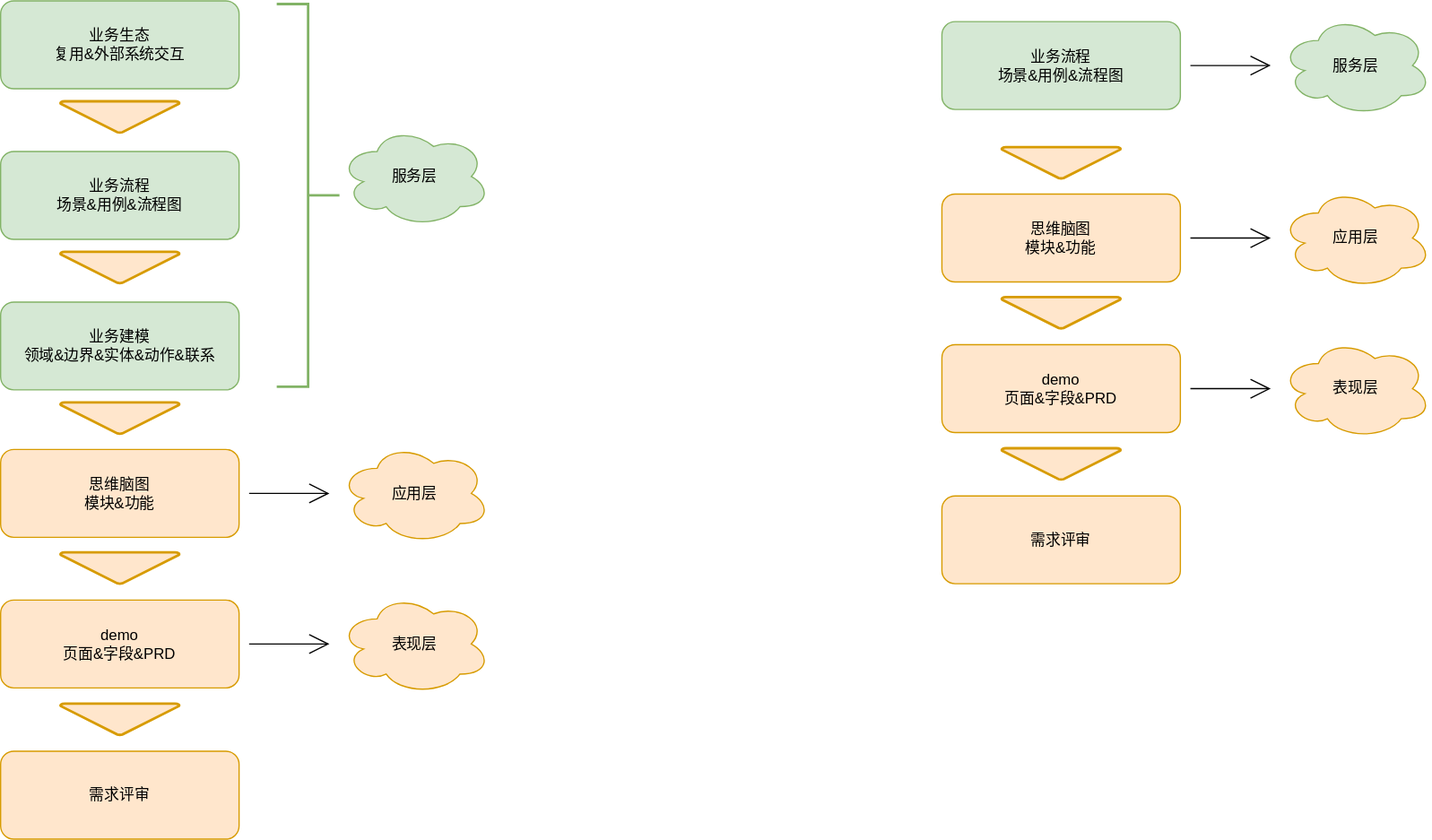
Earlier version of the draw.io export ddm.drawio.svg (fsdmp/diagrams). Source tidied: cells renumbered, new cells last; positions are measured from the earlier drawing's top-left corner, leaving out a move shared by most shapes.
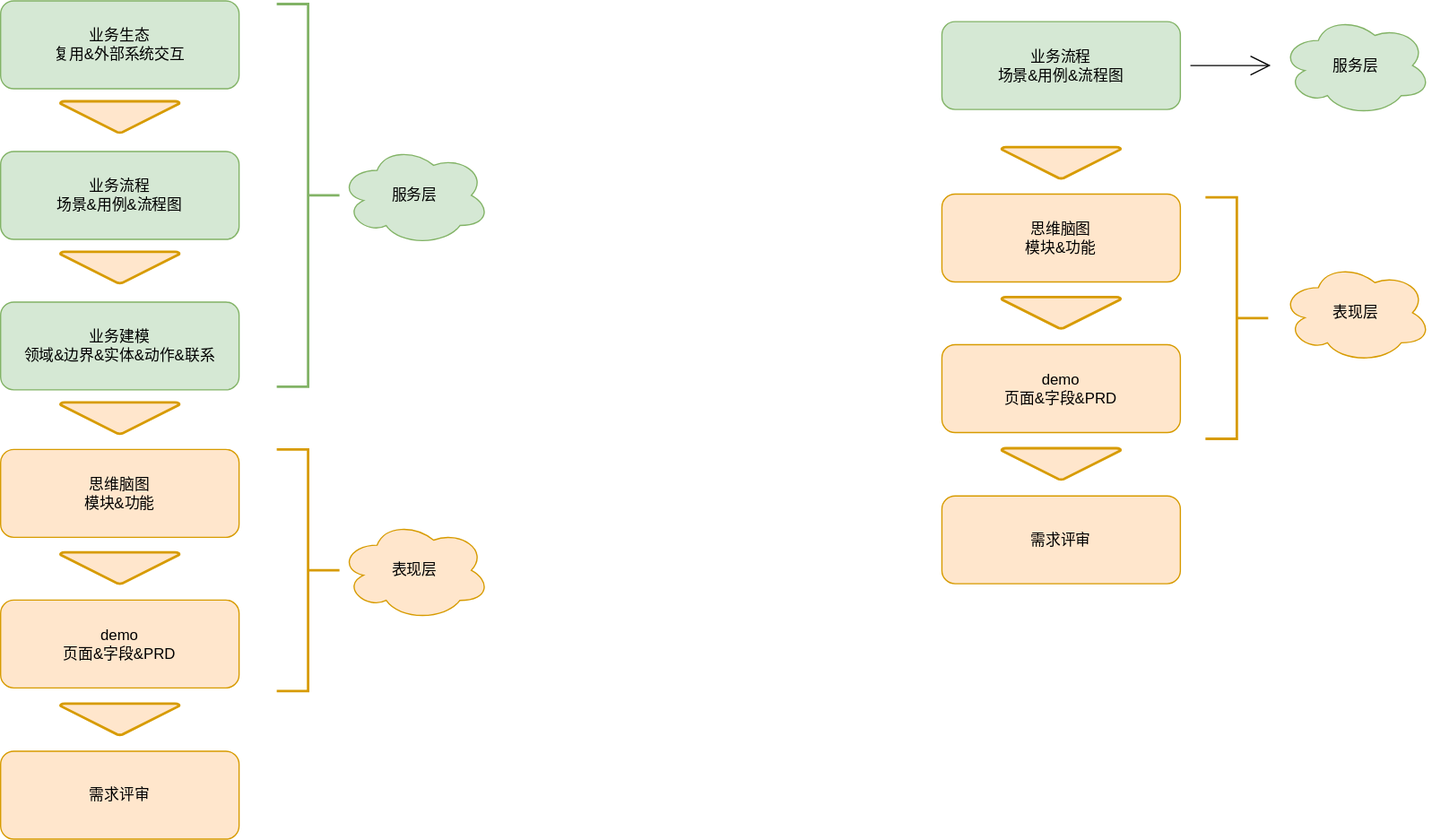
Later version of the same file.

The edit, as a diff of the source:
```diff
@@ -8,15 +8,9 @@
     <mxCell id="3" value="业务建模&lt;br&gt;领域&amp;amp;边界&amp;amp;实体&amp;amp;动作&amp;amp;联系&lt;br&gt;" style="rounded=1;whiteSpace=wrap;html=1;hachureGap=4;fillColor=#d5e8d4;strokeColor=#82b366;" parent="1" vertex="1">
       <mxGeometry y="240" width="190" height="70" as="geometry" />
     </mxCell>
-    <mxCell id="4" style="edgeStyle=none;curved=1;rounded=0;jettySize=auto;html=1;endArrow=open;startSize=14;endSize=14;sourcePerimeterSpacing=8;targetPerimeterSpacing=8;" parent="1" edge="1" source="5" target="12">
-      <mxGeometry relative="1" as="geometry" />
-    </mxCell>
     <mxCell id="5" value="demo&lt;br&gt;页面&amp;amp;字段&amp;amp;PRD&lt;br&gt;" style="rounded=1;whiteSpace=wrap;html=1;hachureGap=4;fillColor=#ffe6cc;strokeColor=#d79b00;" parent="1" vertex="1">
       <mxGeometry y="477.5" width="190" height="70" as="geometry" />
     </mxCell>
-    <mxCell id="6" style="edgeStyle=none;curved=1;rounded=0;jettySize=auto;html=1;endArrow=open;startSize=14;endSize=14;sourcePerimeterSpacing=8;targetPerimeterSpacing=8;" parent="1" edge="1" source="7" target="13">
-      <mxGeometry relative="1" as="geometry" />
-    </mxCell>
     <mxCell id="7" value="思维脑图&lt;br&gt;模块&amp;amp;功能&lt;br&gt;" style="rounded=1;whiteSpace=wrap;html=1;hachureGap=4;fillColor=#ffe6cc;strokeColor=#d79b00;" parent="1" vertex="1">
       <mxGeometry y="357.5" width="190" height="70" as="geometry" />
     </mxCell>
@@ -30,14 +24,11 @@
       <mxGeometry x="47.5" y="439.5" width="95" height="25" as="geometry" />
     </mxCell>
     <mxCell id="11" value="服务层" style="ellipse;shape=cloud;whiteSpace=wrap;html=1;hachureGap=4;fillColor=#d5e8d4;strokeColor=#82b366;" parent="1" vertex="1">
-      <mxGeometry x="270" y="100" width="120" height="80" as="geometry" />
+      <mxGeometry x="270" y="115" width="120" height="80" as="geometry" />
     </mxCell>
     <mxCell id="12" value="表现层" style="ellipse;shape=cloud;whiteSpace=wrap;html=1;hachureGap=4;fillColor=#ffe6cc;strokeColor=#d79b00;" parent="1" vertex="1">
-      <mxGeometry x="270" y="472.5" width="120" height="80" as="geometry" />
+      <mxGeometry x="270" y="413.8" width="120" height="80" as="geometry" />
     </mxCell>
-    <mxCell id="13" value="应用层" style="ellipse;shape=cloud;whiteSpace=wrap;html=1;hachureGap=4;fillColor=#ffe6cc;strokeColor=#d79b00;" parent="1" vertex="1">
-      <mxGeometry x="270" y="352.5" width="120" height="80" as="geometry" />
-    </mxCell>
     <mxCell id="14" value="业务生态&lt;br&gt;复用&amp;amp;外部系统交互&lt;br&gt;" style="rounded=1;whiteSpace=wrap;html=1;hachureGap=4;fillColor=#d5e8d4;strokeColor=#82b366;" parent="1" vertex="1">
       <mxGeometry width="190" height="70" as="geometry" />
     </mxCell>
@@ -59,15 +50,9 @@
     <mxCell id="20" value="业务流程&lt;br&gt;场景&amp;amp;用例&amp;amp;流程图&lt;br&gt;" style="rounded=1;whiteSpace=wrap;html=1;hachureGap=4;fillColor=#d5e8d4;strokeColor=#82b366;" parent="1" vertex="1">
       <mxGeometry x="750" y="16.5" width="190" height="70" as="geometry" />
     </mxCell>
-    <mxCell id="21" style="edgeStyle=none;curved=1;rounded=0;jettySize=auto;html=1;endArrow=open;startSize=14;endSize=14;sourcePerimeterSpacing=8;targetPerimeterSpacing=8;" parent="1" edge="1" source="22" target="28">
-      <mxGeometry relative="1" as="geometry" />
-    </mxCell>
     <mxCell id="22" value="demo&lt;br&gt;页面&amp;amp;字段&amp;amp;PRD&lt;br&gt;" style="rounded=1;whiteSpace=wrap;html=1;hachureGap=4;fillColor=#ffe6cc;strokeColor=#d79b00;" parent="1" vertex="1">
       <mxGeometry x="750" y="274" width="190" height="70" as="geometry" />
     </mxCell>
-    <mxCell id="23" style="edgeStyle=none;curved=1;rounded=0;jettySize=auto;html=1;endArrow=open;startSize=14;endSize=14;sourcePerimeterSpacing=8;targetPerimeterSpacing=8;" parent="1" edge="1" source="24" target="29">
-      <mxGeometry relative="1" as="geometry" />
-    </mxCell>
     <mxCell id="24" value="思维脑图&lt;br&gt;模块&amp;amp;功能&lt;br&gt;" style="rounded=1;whiteSpace=wrap;html=1;hachureGap=4;fillColor=#ffe6cc;strokeColor=#d79b00;" parent="1" vertex="1">
       <mxGeometry x="750" y="154" width="190" height="70" as="geometry" />
     </mxCell>
@@ -81,16 +66,19 @@
       <mxGeometry x="1020" y="11.5" width="120" height="80" as="geometry" />
     </mxCell>
     <mxCell id="28" value="表现层" style="ellipse;shape=cloud;whiteSpace=wrap;html=1;hachureGap=4;fillColor=#ffe6cc;strokeColor=#d79b00;" parent="1" vertex="1">
-      <mxGeometry x="1020" y="269" width="120" height="80" as="geometry" />
+      <mxGeometry x="1020" y="208.5" width="120" height="80" as="geometry" />
     </mxCell>
-    <mxCell id="29" value="应用层" style="ellipse;shape=cloud;whiteSpace=wrap;html=1;hachureGap=4;fillColor=#ffe6cc;strokeColor=#d79b00;" parent="1" vertex="1">
-      <mxGeometry x="1020" y="149" width="120" height="80" as="geometry" />
-    </mxCell>
     <mxCell id="30" value="需求评审&lt;br&gt;" style="rounded=1;whiteSpace=wrap;html=1;hachureGap=4;fillColor=#ffe6cc;strokeColor=#d79b00;" parent="1" vertex="1">
       <mxGeometry x="750" y="394.5" width="190" height="70" as="geometry" />
     </mxCell>
     <mxCell id="31" style="strokeWidth=2;html=1;shape=mxgraph.flowchart.merge_or_storage;whiteSpace=wrap;hachureGap=4;fillColor=#ffe6cc;strokeColor=#d79b00;" parent="1" vertex="1">
       <mxGeometry x="797.5" y="356.5" width="95" height="25" as="geometry" />
     </mxCell>
+    <mxCell id="32" style="strokeWidth=2;html=1;shape=mxgraph.flowchart.annotation_2;align=left;labelPosition=right;hachureGap=4;direction=west;fillColor=#ffe6cc;strokeColor=#d79b00;" parent="1" vertex="1">
+      <mxGeometry x="220" y="357.5" width="50" height="192.5" as="geometry" />
+    </mxCell>
+    <mxCell id="33" style="strokeWidth=2;html=1;shape=mxgraph.flowchart.annotation_2;align=left;labelPosition=right;hachureGap=4;direction=west;fillColor=#ffe6cc;strokeColor=#d79b00;" parent="1" vertex="1">
+      <mxGeometry x="960" y="156.5" width="50" height="192.5" as="geometry" />
+    </mxCell>
   </root>
 </mxGraphModel>
```
